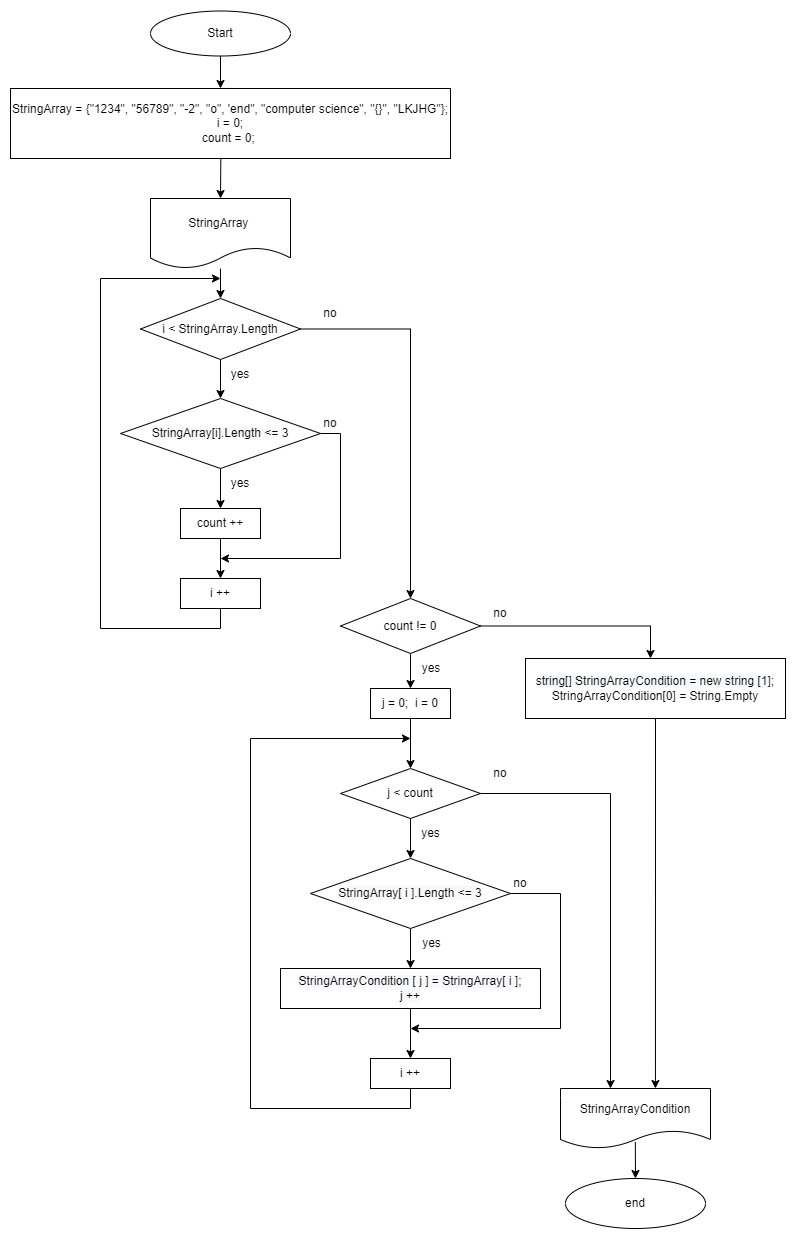
This is Diagram-FinalProject.png from EkaterinaGugina/Final_Project_1quart, a draw.io export, as it was before one commit. Source tidied: cells renumbered, new cells last; positions are measured from the earlier drawing's top-left corner, leaving out a move shared by most shapes.
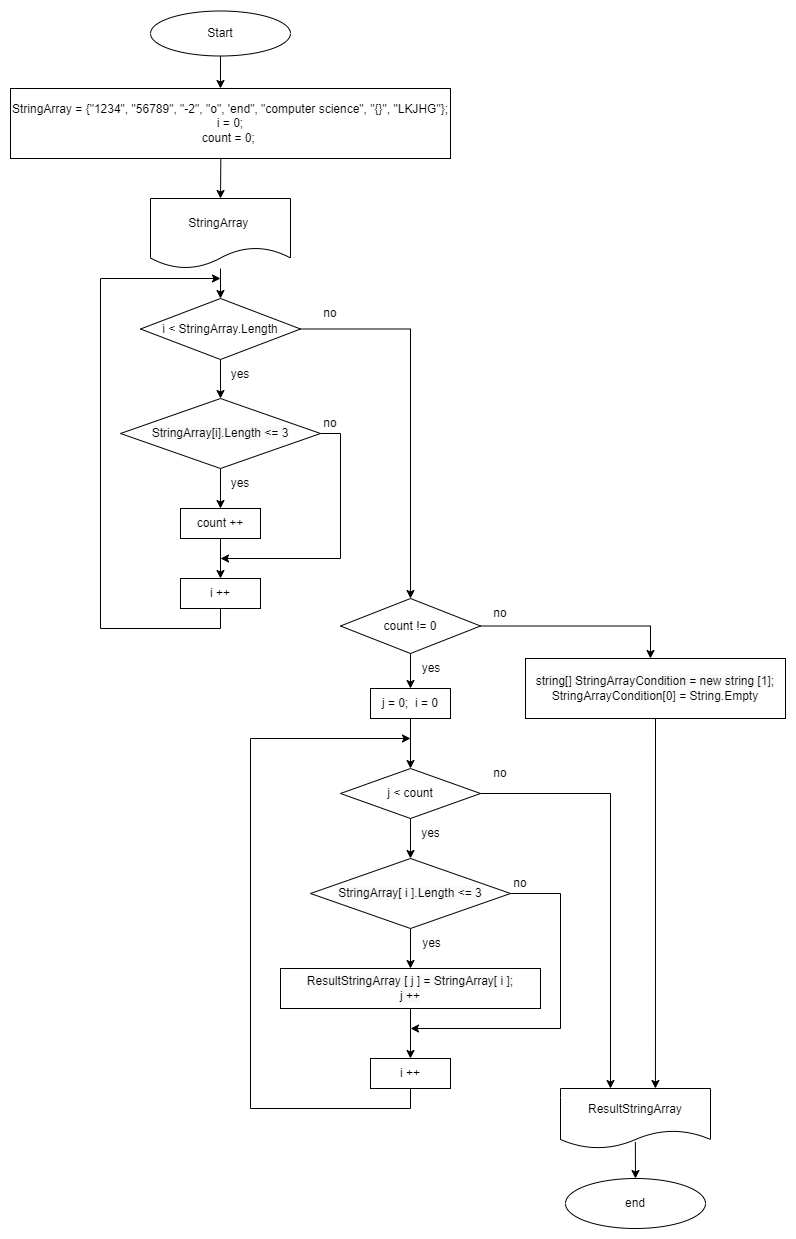
The same diagram one commit later.

Commit message:
merge branche result1 to main

Change to the diagram source:
```diff
@@ -90,7 +90,7 @@
     <mxCell id="24" style="edgeStyle=orthogonalEdgeStyle;rounded=0;jettySize=auto;html=1;fontSize=12;exitX=0.499;exitY=0.891;exitDx=0;exitDy=0;exitPerimeter=0;entryX=0.5;entryY=0;entryDx=0;entryDy=0;" parent="1" edge="1" source="25" target="22">
       <mxGeometry relative="1" as="geometry" />
     </mxCell>
-    <mxCell id="25" value="StringArrayCondition" style="shape=document;whiteSpace=wrap;html=1;boundedLbl=1;" parent="1" vertex="1">
+    <mxCell id="25" value="ResultStringArray" style="shape=document;whiteSpace=wrap;html=1;boundedLbl=1;" parent="1" vertex="1">
       <mxGeometry x="550" y="1078" width="150" height="60" as="geometry" />
     </mxCell>
     <mxCell id="26" style="edgeStyle=orthogonalEdgeStyle;rounded=0;jettySize=auto;html=1;" parent="1" edge="1" source="27">
@@ -176,7 +176,7 @@
         </Array>
       </mxGeometry>
     </mxCell>
-    <mxCell id="44" value="&lt;font style=&quot;font-size: 12px;&quot;&gt;&lt;span style=&quot;color: rgb(0, 0, 0); font-family: Helvetica; font-style: normal; font-variant-ligatures: normal; font-variant-caps: normal; font-weight: 400; letter-spacing: normal; orphans: 2; text-align: center; text-indent: 0px; text-transform: none; widows: 2; word-spacing: 0px; -webkit-text-stroke-width: 0px; text-decoration-thickness: initial; text-decoration-style: initial; text-decoration-color: initial; background-color: rgb(248, 249, 250); float: none; display: inline !important;&quot;&gt;StringArrayCondition [ j ] = String&lt;/span&gt;&lt;span style=&quot;color: rgb(0, 0, 0); font-family: Helvetica; font-style: normal; font-variant-ligatures: normal; font-variant-caps: normal; font-weight: 400; letter-spacing: normal; orphans: 2; text-align: center; text-indent: 0px; text-transform: none; widows: 2; word-spacing: 0px; -webkit-text-stroke-width: 0px; background-color: rgb(248, 249, 250); text-decoration-thickness: initial; text-decoration-style: initial; text-decoration-color: initial; float: none; display: inline !important;&quot;&gt;Array[ i ];&lt;br&gt;j ++&lt;br&gt;&lt;/span&gt;&lt;/font&gt;" style="whiteSpace=wrap;html=1;" parent="1" vertex="1">
+    <mxCell id="44" value="&lt;font style=&quot;font-size: 12px;&quot;&gt;&lt;span style=&quot;color: rgb(0, 0, 0); font-family: Helvetica; font-style: normal; font-variant-ligatures: normal; font-variant-caps: normal; font-weight: 400; letter-spacing: normal; orphans: 2; text-align: center; text-indent: 0px; text-transform: none; widows: 2; word-spacing: 0px; -webkit-text-stroke-width: 0px; text-decoration-thickness: initial; text-decoration-style: initial; text-decoration-color: initial; background-color: rgb(248, 249, 250); float: none; display: inline !important;&quot;&gt;ResultStringArray [ j ] = String&lt;/span&gt;&lt;span style=&quot;color: rgb(0, 0, 0); font-family: Helvetica; font-style: normal; font-variant-ligatures: normal; font-variant-caps: normal; font-weight: 400; letter-spacing: normal; orphans: 2; text-align: center; text-indent: 0px; text-transform: none; widows: 2; word-spacing: 0px; -webkit-text-stroke-width: 0px; background-color: rgb(248, 249, 250); text-decoration-thickness: initial; text-decoration-style: initial; text-decoration-color: initial; float: none; display: inline !important;&quot;&gt;Array[ i ];&lt;br&gt;j ++&lt;br&gt;&lt;/span&gt;&lt;/font&gt;" style="whiteSpace=wrap;html=1;" parent="1" vertex="1">
       <mxGeometry x="270" y="958" width="260" height="40" as="geometry" />
     </mxCell>
     <mxCell id="45" value="yes" style="text;html=1;strokeColor=none;fillColor=none;align=center;verticalAlign=middle;whiteSpace=wrap;rounded=0;" parent="1" vertex="1">
```
